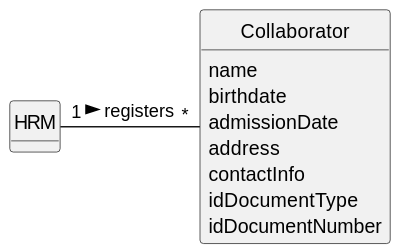
Before: docs/sprintB/us003/02.analysis/svg/us003-domain-model.svg, a diagram exported from PlantUML (diogoveirospro/lei-24-s2-1dg-g072).
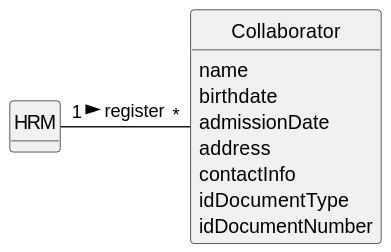
Later version of the same file.

Commit message:
Updated the analysis domain model, made small changes in some USs analyses

What changed in the source:
```diff
@@ -23,5 +23,5 @@
 }
 
 
-HRM "1" - "*" Collaborator : registers >
+HRM "1" - "*" Collaborator : register >
 @enduml
```
